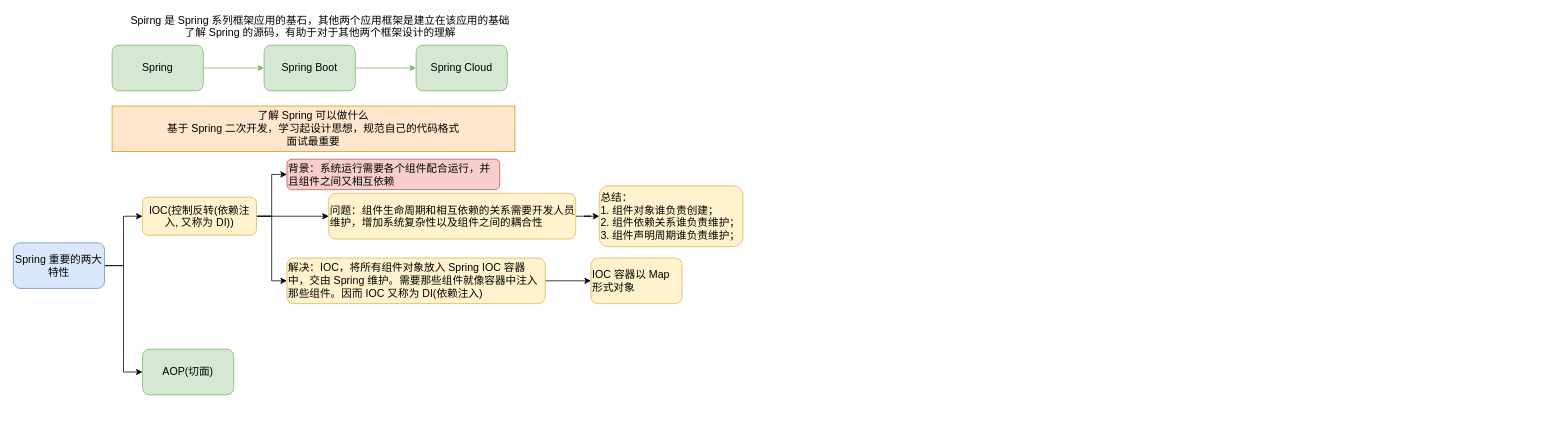
This is utilsdemo/src/main/resources/FlowDiagram/未命名绘图.drawio from an-1024/WorkUtil, a draw.io file, before an edit. Source tidied: cells renumbered, new cells numbered last; positions are measured from the earlier drawing's top-left corner, leaving out a move shared by most shapes. Both pictures are drawn from the tidied source at 76%, with x=0, y=0 at pixel (13, 14).
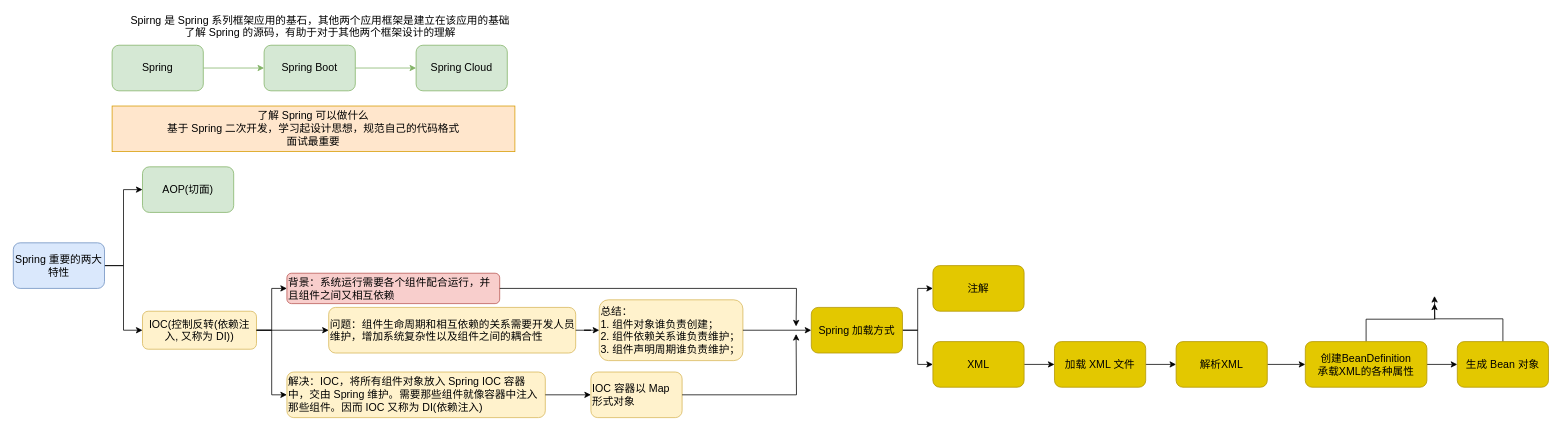
The same diagram, later.

Commit message:
更新未命名绘图.drawio

Change to the diagram source:
```diff
@@
+    <mxCell id="16" value="AOP(切面)" style="rounded=1;whiteSpace=wrap;html=1;fontSize=14;fillColor=#d5e8d4;strokeColor=#82b366;" parent="1" vertex="1">
+      <mxGeometry x="170" y="200" width="120" height="60" as="geometry" />
+    </mxCell>
+    <mxCell id="24" style="group;" parent="1" vertex="1">
+      <mxGeometry x="170" y="340" width="790" height="190" as="geometry" />
+    </mxCell>
+    <mxCell id="15" value="IOC(控制反转(依赖注入, 又称为 DI))" style="whiteSpace=wrap;html=1;fontSize=14;rounded=1;fillColor=#fff2cc;strokeColor=#d6b656;" parent="24" vertex="1">
+      <mxGeometry y="50" width="150" height="50" as="geometry" />
+    </mxCell>
+    <mxCell id="17" value="背景：系统运行需要各个组件配合运行，并且组件之间又相互依赖" style="whiteSpace=wrap;html=1;fontSize=14;rounded=1;align=left;fillColor=#f8cecc;strokeColor=#b85450;" parent="24" vertex="1">
+      <mxGeometry x="190" width="280" height="40" as="geometry" />
+    </mxCell>
+    <mxCell id="19" value="问题：组件生命周期和相互依赖的关系需要开发人员维护，增加系统复杂性以及组件之间的耦合性" style="whiteSpace=wrap;html=1;fontSize=14;fillColor=#fff2cc;strokeColor=#d6b656;rounded=1;align=left;" parent="24" vertex="1">
+      <mxGeometry x="245" y="45" width="325" height="60" as="geometry" />
+    </mxCell>
+    <mxCell id="20" value="总结：&lt;br&gt;1. 组件对象谁负责创建；&lt;br&gt;2. 组件依赖关系谁负责维护；&lt;br&gt;3. 组件声明周期谁负责维护；" style="whiteSpace=wrap;html=1;fontSize=14;align=left;fillColor=#fff2cc;strokeColor=#d6b656;rounded=1;" parent="24" vertex="1">
+      <mxGeometry x="601" y="35" width="189" height="80" as="geometry" />
+    </mxCell>
+    <mxCell id="22" value="解决：IOC，将所有组件对象放入 Spring IOC 容器中，交由 Spring 维护。需要那些组件就像容器中注入那些组件。因而 IOC 又称为 DI(依赖注入)" style="whiteSpace=wrap;html=1;fontSize=14;fillColor=#fff2cc;strokeColor=#d6b656;rounded=1;align=left;" parent="24" vertex="1">
+      <mxGeometry x="190" y="130" width="340" height="60" as="geometry" />
+    </mxCell>
+    <mxCell id="23" value="IOC 容器以 Map 形式对象" style="whiteSpace=wrap;html=1;fontSize=14;align=left;fillColor=#fff2cc;strokeColor=#d6b656;rounded=1;" parent="24" vertex="1">
+      <mxGeometry x="590" y="130" width="120" height="60" as="geometry" />
+    </mxCell>
-    <mxCell id="12" style="edgeStyle=orthogonalEdgeStyle;rounded=0;jettySize=auto;html=1;fontSize=14;entryX=0;entryY=0.5;entryDx=0;entryDy=0;" parent="1" edge="1" source="15" target="17">
+    <mxCell id="12" style="edgeStyle=orthogonalEdgeStyle;rounded=0;jettySize=auto;html=1;fontSize=14;entryX=0;entryY=0.5;entryDx=0;entryDy=0;" parent="24" edge="1" source="15" target="17">
       <mxGeometry relative="1" as="geometry" />
     </mxCell>
-    <mxCell id="13" style="edgeStyle=orthogonalEdgeStyle;rounded=0;jettySize=auto;html=1;fontSize=14;" parent="1" edge="1" source="15" target="19">
+    <mxCell id="13" style="edgeStyle=orthogonalEdgeStyle;rounded=0;jettySize=auto;html=1;fontSize=14;" parent="24" edge="1" source="15" target="19">
       <mxGeometry relative="1" as="geometry" />
     </mxCell>
+    <mxCell id="18" style="edgeStyle=orthogonalEdgeStyle;rounded=0;jettySize=auto;html=1;fontSize=14;" parent="24" edge="1" source="19" target="20">
+      <mxGeometry relative="1" as="geometry" />
+    </mxCell>
-    <mxCell id="14" style="edgeStyle=orthogonalEdgeStyle;rounded=0;jettySize=auto;html=1;fontSize=14;entryX=0;entryY=0.5;entryDx=0;entryDy=0;" parent="1" edge="1" source="15" target="22">
+    <mxCell id="14" style="edgeStyle=orthogonalEdgeStyle;rounded=0;jettySize=auto;html=1;fontSize=14;entryX=0;entryY=0.5;entryDx=0;entryDy=0;" parent="24" edge="1" source="15" target="22">
       <mxGeometry relative="1" as="geometry" />
     </mxCell>
-    <mxCell id="15" value="IOC(控制反转(依赖注入, 又称为 DI))" style="whiteSpace=wrap;html=1;fontSize=14;rounded=1;fillColor=#fff2cc;strokeColor=#d6b656;" parent="1" vertex="1">
-      <mxGeometry x="170" y="240" width="150" height="50" as="geometry" />
-    </mxCell>
-    <mxCell id="16" value="AOP(切面)" style="rounded=1;whiteSpace=wrap;html=1;fontSize=14;fillColor=#d5e8d4;strokeColor=#82b366;" parent="1" vertex="1">
-      <mxGeometry x="170" y="440" width="120" height="60" as="geometry" />
-    </mxCell>
-    <mxCell id="17" value="背景：系统运行需要各个组件配合运行，并且组件之间又相互依赖" style="whiteSpace=wrap;html=1;fontSize=14;rounded=1;align=left;fillColor=#f8cecc;strokeColor=#b85450;" parent="1" vertex="1">
-      <mxGeometry x="360" y="190" width="280" height="40" as="geometry" />
-    </mxCell>
-    <mxCell id="18" style="edgeStyle=orthogonalEdgeStyle;rounded=0;jettySize=auto;html=1;fontSize=14;" parent="1" edge="1" source="19" target="20">
-      <mxGeometry relative="1" as="geometry" />
-    </mxCell>
-    <mxCell id="19" value="问题：组件生命周期和相互依赖的关系需要开发人员维护，增加系统复杂性以及组件之间的耦合性" style="whiteSpace=wrap;html=1;fontSize=14;fillColor=#fff2cc;strokeColor=#d6b656;rounded=1;align=left;" parent="1" vertex="1">
-      <mxGeometry x="415" y="235" width="325" height="60" as="geometry" />
-    </mxCell>
-    <mxCell id="20" value="总结：&lt;br&gt;1. 组件对象谁负责创建；&lt;br&gt;2. 组件依赖关系谁负责维护；&lt;br&gt;3. 组件声明周期谁负责维护；" style="whiteSpace=wrap;html=1;fontSize=14;align=left;fillColor=#fff2cc;strokeColor=#d6b656;rounded=1;" parent="1" vertex="1">
-      <mxGeometry x="771" y="225" width="189" height="80" as="geometry" />
-    </mxCell>
-    <mxCell id="21" style="edgeStyle=orthogonalEdgeStyle;rounded=0;jettySize=auto;html=1;fontSize=14;" parent="1" edge="1" source="22" target="23">
+    <mxCell id="21" style="edgeStyle=orthogonalEdgeStyle;rounded=0;jettySize=auto;html=1;fontSize=14;" parent="24" edge="1" source="22" target="23">
       <mxGeometry relative="1" as="geometry" />
     </mxCell>
-    <mxCell id="22" value="解决：IOC，将所有组件对象放入 Spring IOC 容器中，交由 Spring 维护。需要那些组件就像容器中注入那些组件。因而 IOC 又称为 DI(依赖注入)" style="whiteSpace=wrap;html=1;fontSize=14;fillColor=#fff2cc;strokeColor=#d6b656;rounded=1;align=left;" parent="1" vertex="1">
-      <mxGeometry x="360" y="320" width="340" height="60" as="geometry" />
-    </mxCell>
-    <mxCell id="23" value="IOC 容器以 Map 形式对象" style="whiteSpace=wrap;html=1;fontSize=14;align=left;fillColor=#fff2cc;strokeColor=#d6b656;rounded=1;" parent="1" vertex="1">
-      <mxGeometry x="760" y="320" width="120" height="60" as="geometry" />
-    </mxCell>
+    <mxCell id="25" style="edgeStyle=orthogonalEdgeStyle;rounded=0;jettySize=auto;html=1;exitX=1;exitY=0.5;exitDx=0;exitDy=0;fontSize=14;" parent="1" edge="1" source="20" target="30">
+      <mxGeometry relative="1" as="geometry" />
+    </mxCell>
+    <mxCell id="26" style="edgeStyle=orthogonalEdgeStyle;rounded=0;jettySize=auto;html=1;exitX=1;exitY=0.5;exitDx=0;exitDy=0;fontSize=14;" parent="1" edge="1" source="17">
+      <mxGeometry relative="1" as="geometry">
+        <mxPoint x="1030" y="410" as="targetPoint" />
+      </mxGeometry>
+    </mxCell>
+    <mxCell id="27" style="edgeStyle=orthogonalEdgeStyle;rounded=0;jettySize=auto;html=1;exitX=1;exitY=0.5;exitDx=0;exitDy=0;fontSize=14;" parent="1" edge="1" source="23">
+      <mxGeometry relative="1" as="geometry">
+        <mxPoint x="1030" y="420" as="targetPoint" />
+      </mxGeometry>
+    </mxCell>
+    <mxCell id="28" style="edgeStyle=orthogonalEdgeStyle;rounded=0;jettySize=auto;html=1;fontSize=14;entryX=0;entryY=0.5;entryDx=0;entryDy=0;" parent="1" edge="1" source="30" target="31">
+      <mxGeometry relative="1" as="geometry" />
+    </mxCell>
+    <mxCell id="29" style="edgeStyle=orthogonalEdgeStyle;rounded=0;jettySize=auto;html=1;fontSize=14;entryX=0;entryY=0.5;entryDx=0;entryDy=0;" parent="1" edge="1" source="30" target="33">
+      <mxGeometry relative="1" as="geometry" />
+    </mxCell>
+    <mxCell id="30" value="Spring 加载方式" style="rounded=1;whiteSpace=wrap;html=1;fontSize=14;fillColor=#e3c800;fontColor=#000000;strokeColor=#B09500;" parent="1" vertex="1">
+      <mxGeometry x="1050" y="385" width="120" height="60" as="geometry" />
+    </mxCell>
+    <mxCell id="31" value="注解" style="whiteSpace=wrap;html=1;fontSize=14;fillColor=#e3c800;strokeColor=#B09500;fontColor=#000000;rounded=1;" parent="1" vertex="1">
+      <mxGeometry x="1210" y="330" width="120" height="60" as="geometry" />
+    </mxCell>
+    <mxCell id="32" style="edgeStyle=orthogonalEdgeStyle;rounded=0;jettySize=auto;html=1;fontSize=14;" parent="1" edge="1" source="33" target="35">
+      <mxGeometry relative="1" as="geometry" />
+    </mxCell>
+    <mxCell id="33" value="XML" style="whiteSpace=wrap;html=1;fontSize=14;fillColor=#e3c800;strokeColor=#B09500;fontColor=#000000;rounded=1;" parent="1" vertex="1">
+      <mxGeometry x="1210" y="430" width="120" height="60" as="geometry" />
+    </mxCell>
+    <mxCell id="34" style="edgeStyle=orthogonalEdgeStyle;rounded=0;jettySize=auto;html=1;fontSize=14;" parent="1" edge="1" source="35" target="37">
+      <mxGeometry relative="1" as="geometry" />
+    </mxCell>
+    <mxCell id="35" value="加载 XML 文件" style="whiteSpace=wrap;html=1;fontSize=14;fillColor=#e3c800;strokeColor=#B09500;fontColor=#000000;rounded=1;" parent="1" vertex="1">
+      <mxGeometry x="1370" y="430" width="120" height="60" as="geometry" />
+    </mxCell>
+    <mxCell id="36" style="edgeStyle=orthogonalEdgeStyle;rounded=0;jettySize=auto;html=1;fontSize=14;" parent="1" edge="1" source="37" target="40">
+      <mxGeometry relative="1" as="geometry" />
+    </mxCell>
+    <mxCell id="37" value="解析XML" style="whiteSpace=wrap;html=1;fontSize=14;fillColor=#e3c800;strokeColor=#B09500;fontColor=#000000;rounded=1;" parent="1" vertex="1">
+      <mxGeometry x="1530" y="430" width="120" height="60" as="geometry" />
+    </mxCell>
+    <mxCell id="38" style="edgeStyle=orthogonalEdgeStyle;rounded=0;jettySize=auto;html=1;fontSize=14;" parent="1" edge="1" source="40" target="42">
+      <mxGeometry relative="1" as="geometry" />
+    </mxCell>
+    <mxCell id="39" style="edgeStyle=orthogonalEdgeStyle;rounded=0;jettySize=auto;html=1;exitX=0.5;exitY=0;exitDx=0;exitDy=0;fontSize=14;" parent="1" edge="1" source="40">
+      <mxGeometry relative="1" as="geometry">
+        <mxPoint x="1870" y="370" as="targetPoint" />
+      </mxGeometry>
+    </mxCell>
+    <mxCell id="40" value="创建BeanDefinition&lt;br&gt;承载XML的各种属性" style="whiteSpace=wrap;html=1;fontSize=14;fillColor=#e3c800;strokeColor=#B09500;fontColor=#000000;rounded=1;" parent="1" vertex="1">
+      <mxGeometry x="1700" y="430" width="160" height="60" as="geometry" />
+    </mxCell>
+    <mxCell id="41" style="edgeStyle=orthogonalEdgeStyle;rounded=0;jettySize=auto;html=1;exitX=0.5;exitY=0;exitDx=0;exitDy=0;fontSize=14;" parent="1" edge="1" source="42">
+      <mxGeometry relative="1" as="geometry">
+        <mxPoint x="1870" y="380" as="targetPoint" />
+        <Array as="points">
+          <mxPoint x="1960" y="400" />
+          <mxPoint x="1870" y="400" />
+        </Array>
+      </mxGeometry>
+    </mxCell>
+    <mxCell id="42" value="生成 Bean 对象" style="whiteSpace=wrap;html=1;fontSize=14;fillColor=#e3c800;strokeColor=#B09500;fontColor=#000000;rounded=1;" parent="1" vertex="1">
+      <mxGeometry x="1900" y="430" width="120" height="60" as="geometry" />
+    </mxCell>
```
